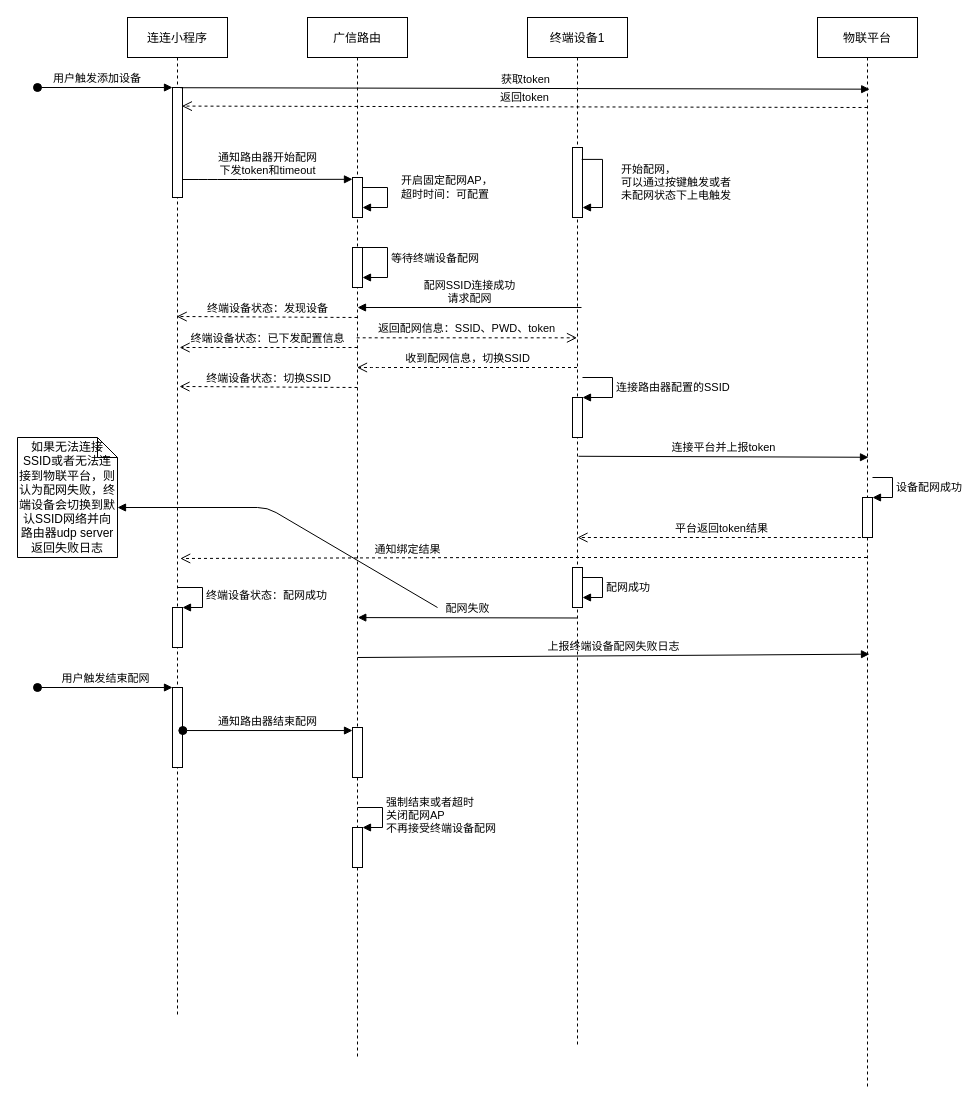
Earlier version of the draw.io diagram Untitled Diagram.drawio (xupenghu/bitmap). Source tidied: cells renumbered, new cells numbered last; positions are measured from the earlier drawing's top-left corner, leaving out a move shared by most shapes. Both pictures are drawn from the tidied source at 100%, with x=0, y=0 at pixel (17, 17).
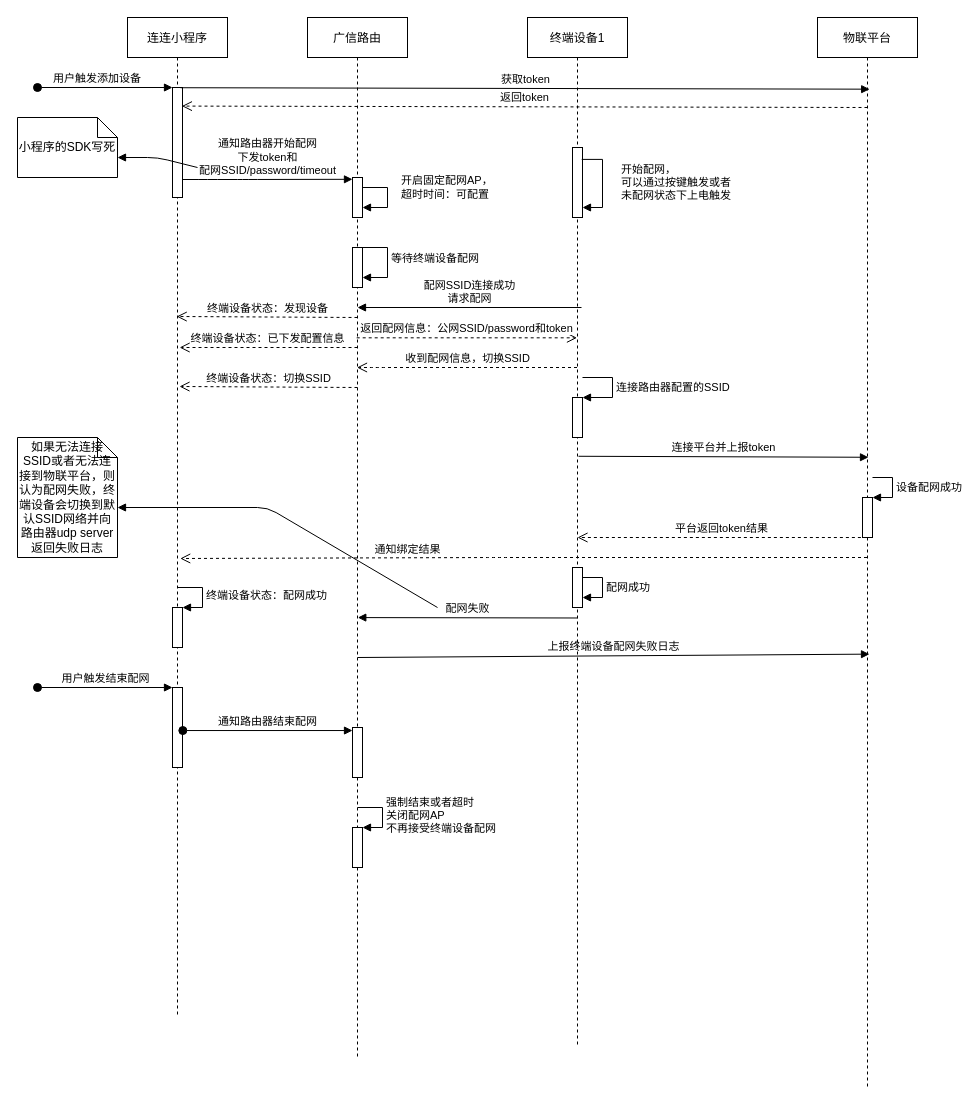
After the change.

The change refers to these unchanged cells:
```xml
<mxCell id="3" style="points=[];perimeter=orthogonalPerimeter;rounded=0;shadow=0;strokeWidth=1;" parent="2" vertex="1">
  <mxGeometry x="45" y="70" width="10" height="110" as="geometry" />
</mxCell>
<mxCell id="9" value="广信路由" style="shape=umlLifeline;perimeter=lifelinePerimeter;rounded=0;shadow=0;strokeWidth=1;" parent="1" vertex="1">
  <mxGeometry x="290" width="100" height="1040" as="geometry" />
</mxCell>
<mxCell id="10" style="points=[];perimeter=orthogonalPerimeter;rounded=0;shadow=0;strokeWidth=1;" parent="9" vertex="1">
  <mxGeometry x="45" y="160" width="10" height="40" as="geometry" />
</mxCell>
<mxCell id="18" value="终端设备1" style="shape=umlLifeline;perimeter=lifelinePerimeter;rounded=0;shadow=0;strokeWidth=1;" parent="1" vertex="1">
  <mxGeometry x="510" width="100" height="1030" as="geometry" />
</mxCell>
```

Change to the diagram source:
```diff
@@
-    <mxCell id="31" value="返回配网信息：SSID、PWD、token" style="html=1;verticalAlign=bottom;endArrow=open;dashed=1;endSize=8;exitX=0.492;exitY=0.308;exitDx=0;exitDy=0;exitPerimeter=0;" parent="1" edge="1" source="9" target="18">
+    <mxCell id="31" value="返回配网信息：公网SSID/password和token" style="html=1;verticalAlign=bottom;endArrow=open;dashed=1;endSize=8;exitX=0.492;exitY=0.308;exitDx=0;exitDy=0;exitPerimeter=0;" parent="1" edge="1" source="9" target="18">
       <mxGeometry relative="1" as="geometry" />
     </mxCell>
@@
-    <mxCell id="37" value="通知路由器开始配网&lt;br&gt;下发token和timeout" style="html=1;verticalAlign=bottom;endArrow=block;entryX=-0.003;entryY=0.045;entryDx=0;entryDy=0;entryPerimeter=0;" parent="1" edge="1" source="3" target="10">
+    <mxCell id="37" value="通知路由器开始配网&lt;br&gt;下发token和&lt;br&gt;配网SSID/password/timeout" style="html=1;verticalAlign=bottom;endArrow=block;entryX=-0.003;entryY=0.045;entryDx=0;entryDy=0;entryPerimeter=0;" parent="1" edge="1" source="3" target="10">
       <mxGeometry relative="1" as="geometry">
         <Array as="points">
           <mxPoint x="180" y="162" />
           <mxPoint x="210" y="162" />
           <mxPoint x="230" y="162" />
         </Array>
       </mxGeometry>
     </mxCell>
@@
+    <mxCell id="44" value="小程序的SDK写死" style="shape=note;size=20;whiteSpace=wrap;html=1;" parent="1" vertex="1">
+      <mxGeometry y="100" width="100" height="60" as="geometry" />
+    </mxCell>
+    <mxCell id="45" style="html=1;verticalAlign=bottom;endArrow=block;entryX=0;entryY=0;entryDx=100;entryDy=40;entryPerimeter=0;" parent="1" edge="1" target="44">
+      <mxGeometry relative="1" as="geometry">
+        <mxPoint x="180" y="150" as="sourcePoint" />
+        <Array as="points">
+          <mxPoint x="140" y="140" />
+        </Array>
+      </mxGeometry>
+    </mxCell>
```
